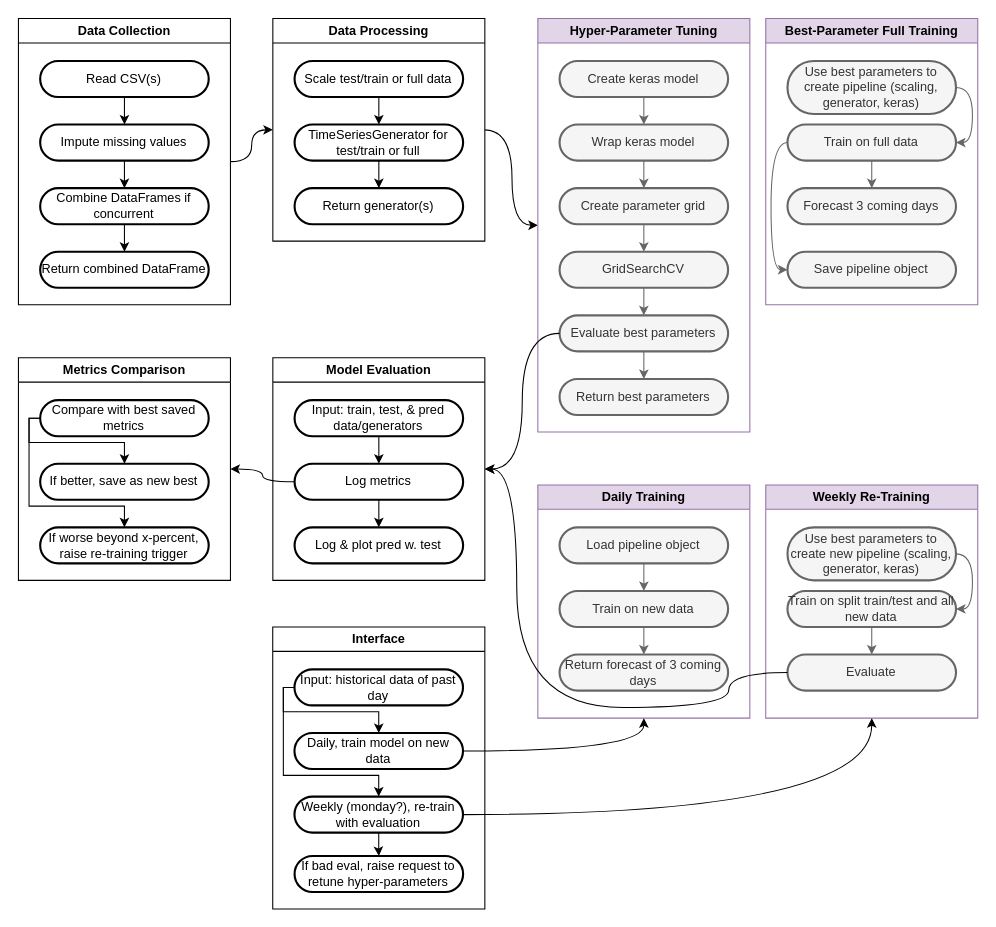
Earlier version of the draw.io diagram RNN Diagram.drawio (GabeLack/Machine-Learning-App). Source tidied: cells renumbered, new cells numbered last; positions are measured from the earlier drawing's top-left corner, leaving out a move shared by most shapes. Both pictures are drawn from the tidied source at 106%, with x=0, y=0 at pixel (18, 18).
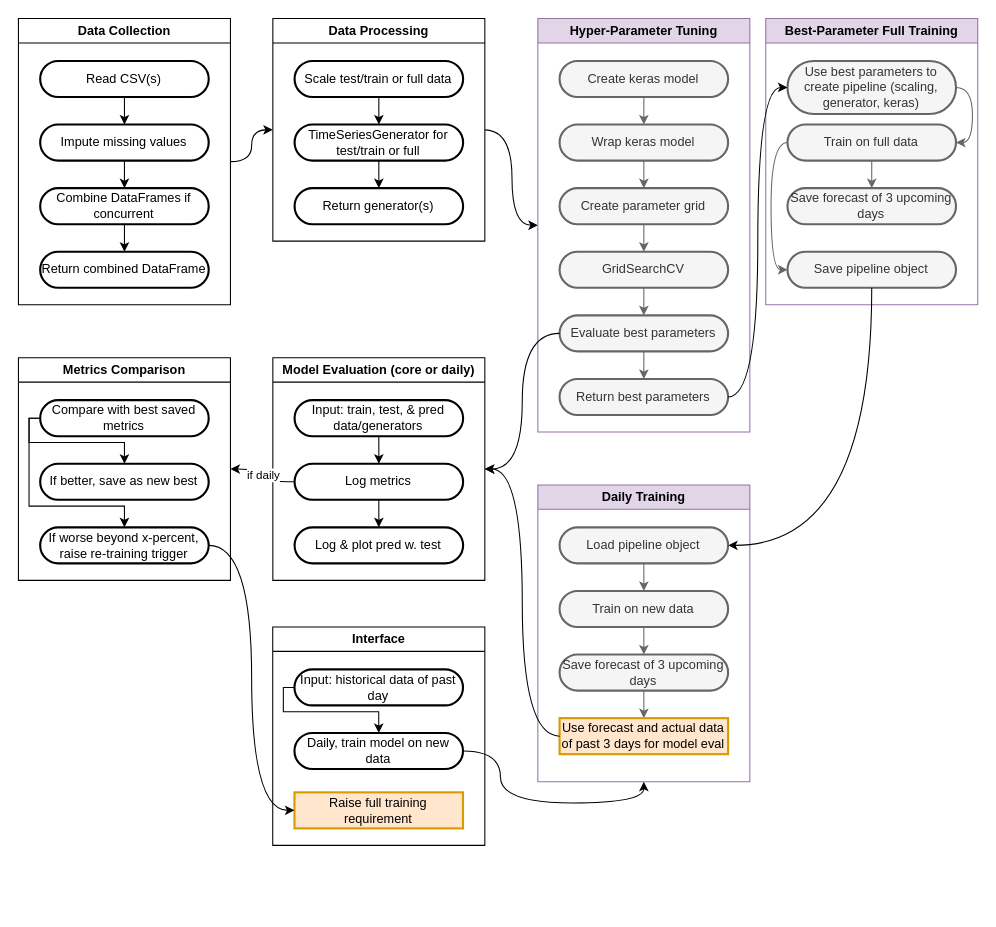
After the change.

Unchanged cells that the change refers to:
```xml
<mxCell id="38" value="Return best parameters" style="rounded=1;whiteSpace=wrap;arcSize=50;strokeWidth=2;fillColor=#f5f5f5;strokeColor=#666666;fontColor=#333333;" parent="24" vertex="1">
  <mxGeometry x="20.5" y="340" width="159" height="34" as="geometry" />
</mxCell>
<mxCell id="39" value="Best-Parameter Full Training" style="swimlane;whiteSpace=wrap;html=1;fillColor=#e1d5e7;strokeColor=#9673a6;" parent="1" vertex="1">
  <mxGeometry x="704.9" width="200" height="270" as="geometry" />
</mxCell>
<mxCell id="44" value="Use best parameters to create pipeline (scaling, generator, keras)" style="rounded=1;whiteSpace=wrap;arcSize=50;strokeWidth=2;fillColor=#f5f5f5;strokeColor=#666666;fontColor=#333333;" parent="39" vertex="1">
  <mxGeometry x="20.5" y="40" width="159" height="50" as="geometry" />
</mxCell>
<mxCell id="49" value="Save pipeline object" style="rounded=1;whiteSpace=wrap;arcSize=50;strokeWidth=2;fillColor=#f5f5f5;strokeColor=#666666;fontColor=#333333;" parent="39" vertex="1">
  <mxGeometry x="20.5" y="220" width="159" height="34" as="geometry" />
</mxCell>
<mxCell id="58" value="Load pipeline object" style="rounded=1;whiteSpace=wrap;arcSize=50;strokeWidth=2;fillColor=#f5f5f5;strokeColor=#666666;fontColor=#333333;" parent="50" vertex="1">
  <mxGeometry x="20.5" y="40" width="159" height="34" as="geometry" />
</mxCell>
<mxCell id="63" value="If worse beyond x-percent, raise re-training trigger" style="rounded=1;whiteSpace=wrap;arcSize=50;strokeWidth=2;" parent="59" vertex="1">
  <mxGeometry x="20.5" y="160" width="159" height="34" as="geometry" />
</mxCell>
<mxCell id="65" style="edgeStyle=orthogonalEdgeStyle;rounded=0;jettySize=auto;html=1;curved=1;" parent="1" edge="1" source="22" target="59">
  <mxGeometry relative="1" as="geometry" />
</mxCell>
<mxCell id="78" value="Input: historical data of past day" style="rounded=1;whiteSpace=wrap;arcSize=50;strokeWidth=2;" parent="75" vertex="1">
  <mxGeometry x="20.5" y="40" width="159" height="34" as="geometry" />
</mxCell>
```

Change to the diagram source:
```diff
@@
-    <mxCell id="18" value="Model Evaluation" style="swimlane;whiteSpace=wrap;html=1;" parent="1" vertex="1">
+    <mxCell id="18" value="Model Evaluation (core or daily)" style="swimlane;whiteSpace=wrap;html=1;" parent="1" vertex="1">
       <mxGeometry x="239.9" y="320" width="200" height="210" as="geometry" />
     </mxCell>
@@
-    <mxCell id="48" value="Forecast 3 coming days" style="rounded=1;whiteSpace=wrap;arcSize=50;strokeWidth=2;fillColor=#f5f5f5;strokeColor=#666666;fontColor=#333333;" parent="39" vertex="1">
+    <mxCell id="48" value="Save forecast of 3 upcoming days" style="rounded=1;whiteSpace=wrap;arcSize=50;strokeWidth=2;fillColor=#f5f5f5;strokeColor=#666666;fontColor=#333333;" parent="39" vertex="1">
       <mxGeometry x="20.5" y="160" width="159" height="34" as="geometry" />
     </mxCell>
@@
     <mxCell id="50" value="Daily Training" style="swimlane;whiteSpace=wrap;html=1;fillColor=#e1d5e7;strokeColor=#9673a6;" parent="1" vertex="1">
-      <mxGeometry x="489.9" y="440" width="200" height="220" as="geometry" />
+      <mxGeometry x="489.9" y="440" width="200" height="280" as="geometry" />
     </mxCell>
@@
+    <mxCell id="87" style="edgeStyle=orthogonalEdgeStyle;rounded=0;jettySize=auto;html=1;entryX=0.5;entryY=0;entryDx=0;entryDy=0;fillColor=#f5f5f5;strokeColor=#666666;" parent="50" edge="1" source="56" target="88">
+      <mxGeometry relative="1" as="geometry" />
+    </mxCell>
-    <mxCell id="56" value="Return forecast of 3 coming days" style="rounded=1;whiteSpace=wrap;arcSize=50;strokeWidth=2;fillColor=#f5f5f5;strokeColor=#666666;fontColor=#333333;" parent="50" vertex="1">
+    <mxCell id="56" value="Save forecast of 3 upcoming days" style="rounded=1;whiteSpace=wrap;arcSize=50;strokeWidth=2;fillColor=#f5f5f5;strokeColor=#666666;fontColor=#333333;" parent="50" vertex="1">
       <mxGeometry x="20.5" y="160" width="159" height="34" as="geometry" />
     </mxCell>
@@
+    <mxCell id="88" value="Use forecast and actual data of past 3 days for model eval" style="rounded=0;whiteSpace=wrap;arcSize=50;strokeWidth=2;fillColor=#ffe6cc;strokeColor=#d79b00;" parent="50" vertex="1">
+      <mxGeometry x="20.5" y="220" width="159" height="34" as="geometry" />
+    </mxCell>
@@
-    <mxCell id="66" value="Weekly Re-Training" style="swimlane;whiteSpace=wrap;html=1;fillColor=#e1d5e7;strokeColor=#9673a6;" parent="1" vertex="1">
-      <mxGeometry x="704.9" y="440" width="200" height="220" as="geometry" />
-    </mxCell>
-    <mxCell id="67" style="edgeStyle=orthogonalEdgeStyle;rounded=0;orthogonalLoop=1;jettySize=auto;html=1;entryX=0.5;entryY=0;entryDx=0;entryDy=0;" parent="66" edge="1">
-      <mxGeometry relative="1" as="geometry">
-        <mxPoint x="100" y="74" as="sourcePoint" />
-      </mxGeometry>
-    </mxCell>
-    <mxCell id="68" style="edgeStyle=orthogonalEdgeStyle;rounded=0;orthogonalLoop=1;jettySize=auto;html=1;entryX=0.5;entryY=0;entryDx=0;entryDy=0;" parent="66" edge="1">
-      <mxGeometry relative="1" as="geometry">
-        <mxPoint x="100" y="134" as="sourcePoint" />
-      </mxGeometry>
-    </mxCell>
-    <mxCell id="69" style="edgeStyle=orthogonalEdgeStyle;rounded=0;orthogonalLoop=1;jettySize=auto;html=1;entryX=0.5;entryY=0;entryDx=0;entryDy=0;" parent="66" edge="1">
-      <mxGeometry relative="1" as="geometry">
-        <mxPoint x="100" y="194" as="sourcePoint" />
-      </mxGeometry>
-    </mxCell>
-    <mxCell id="70" style="edgeStyle=orthogonalEdgeStyle;rounded=0;jettySize=auto;html=1;entryX=1;entryY=0.5;entryDx=0;entryDy=0;curved=1;exitX=1;exitY=0.5;exitDx=0;exitDy=0;fillColor=#f5f5f5;strokeColor=#666666;" parent="66" edge="1" source="71" target="73">
-      <mxGeometry relative="1" as="geometry">
-        <Array as="points">
-          <mxPoint x="195" y="65" />
-          <mxPoint x="195" y="117" />
-        </Array>
-      </mxGeometry>
-    </mxCell>
-    <mxCell id="71" value="Use best parameters to create new pipeline (scaling, generator, keras)" style="rounded=1;whiteSpace=wrap;arcSize=50;strokeWidth=2;fillColor=#f5f5f5;strokeColor=#666666;fontColor=#333333;" parent="66" vertex="1">
-      <mxGeometry x="20.5" y="40" width="159" height="50" as="geometry" />
-    </mxCell>
-    <mxCell id="72" style="edgeStyle=orthogonalEdgeStyle;rounded=0;jettySize=auto;html=1;fillColor=#f5f5f5;strokeColor=#666666;" parent="66" edge="1" source="73" target="74">
-      <mxGeometry relative="1" as="geometry" />
-    </mxCell>
-    <mxCell id="73" value="Train on split train/test and all new data" style="rounded=1;whiteSpace=wrap;arcSize=50;strokeWidth=2;fillColor=#f5f5f5;strokeColor=#666666;fontColor=#333333;" parent="66" vertex="1">
-      <mxGeometry x="20.5" y="100" width="159" height="34" as="geometry" />
-    </mxCell>
-    <mxCell id="74" value="Evaluate" style="rounded=1;whiteSpace=wrap;arcSize=50;strokeWidth=2;fillColor=#f5f5f5;strokeColor=#666666;fontColor=#333333;" parent="66" vertex="1">
-      <mxGeometry x="20.5" y="160" width="159" height="34" as="geometry" />
-    </mxCell>
+    <mxCell id="89" value="if daily" style="edgeLabel;html=1;align=center;verticalAlign=middle;" parent="65" vertex="1">
+      <mxGeometry x="0.01" relative="1" as="geometry" />
+    </mxCell>
     <mxCell id="75" value="Interface" style="swimlane;whiteSpace=wrap;html=1;" parent="1" vertex="1">
-      <mxGeometry x="239.8" y="574" width="200.1" height="266" as="geometry" />
+      <mxGeometry x="239.8" y="574" width="200.1" height="206" as="geometry" />
     </mxCell>
@@
-    <mxCell id="77" style="edgeStyle=orthogonalEdgeStyle;rounded=0;jettySize=auto;html=1;entryX=0.5;entryY=0;entryDx=0;entryDy=0;exitX=0;exitY=0.5;exitDx=0;exitDy=0;" parent="75" edge="1" source="78" target="81">
-      <mxGeometry relative="1" as="geometry">
-        <Array as="points">
-          <mxPoint x="10" y="57" />
-          <mxPoint x="10" y="140" />
-          <mxPoint x="100" y="140" />
-        </Array>
-      </mxGeometry>
-    </mxCell>
@@
-    <mxCell id="80" style="edgeStyle=orthogonalEdgeStyle;rounded=0;jettySize=auto;html=1;" parent="75" edge="1" source="81" target="82">
-      <mxGeometry relative="1" as="geometry" />
-    </mxCell>
-    <mxCell id="81" value="Weekly (monday?), re-train with evaluation" style="rounded=1;whiteSpace=wrap;arcSize=50;strokeWidth=2;" parent="75" vertex="1">
-      <mxGeometry x="20.5" y="160" width="159" height="34" as="geometry" />
-    </mxCell>
-    <mxCell id="82" value="If bad eval, raise request to retune hyper-parameters" style="rounded=1;whiteSpace=wrap;arcSize=50;strokeWidth=2;" parent="75" vertex="1">
-      <mxGeometry x="20.6" y="216" width="159" height="34" as="geometry" />
-    </mxCell>
+    <mxCell id="90" value="Raise full training requirement" style="rounded=0;whiteSpace=wrap;arcSize=50;strokeWidth=2;fillColor=#ffe6cc;strokeColor=#d79b00;" parent="75" vertex="1">
+      <mxGeometry x="20.5" y="156" width="159" height="34" as="geometry" />
+    </mxCell>
@@
-    <mxCell id="85" style="edgeStyle=orthogonalEdgeStyle;rounded=0;jettySize=auto;html=1;entryX=0.5;entryY=1;entryDx=0;entryDy=0;curved=1;" parent="1" edge="1" source="81" target="66">
-      <mxGeometry relative="1" as="geometry" />
-    </mxCell>
-    <mxCell id="86" style="edgeStyle=orthogonalEdgeStyle;rounded=0;jettySize=auto;html=1;entryX=1;entryY=0.5;entryDx=0;entryDy=0;curved=1;exitX=0;exitY=0.5;exitDx=0;exitDy=0;" parent="1" edge="1" source="74" target="18">
-      <mxGeometry relative="1" as="geometry">
-        <Array as="points">
-          <mxPoint x="670" y="617" />
-          <mxPoint x="670" y="650" />
-          <mxPoint x="470" y="650" />
-          <mxPoint x="470" y="425" />
-        </Array>
-      </mxGeometry>
-    </mxCell>
+    <mxCell id="91" style="edgeStyle=orthogonalEdgeStyle;rounded=0;jettySize=auto;html=1;entryX=1;entryY=0.5;entryDx=0;entryDy=0;curved=1;" parent="1" edge="1" source="88" target="18">
+      <mxGeometry relative="1" as="geometry" />
+    </mxCell>
+    <mxCell id="92" style="edgeStyle=orthogonalEdgeStyle;rounded=0;jettySize=auto;html=1;entryX=0;entryY=0.5;entryDx=0;entryDy=0;curved=1;" parent="1" edge="1" source="63" target="90">
+      <mxGeometry relative="1" as="geometry" />
+    </mxCell>
+    <mxCell id="93" style="edgeStyle=orthogonalEdgeStyle;rounded=0;jettySize=auto;html=1;entryX=1;entryY=0.5;entryDx=0;entryDy=0;curved=1;exitX=0.5;exitY=1;exitDx=0;exitDy=0;" parent="1" edge="1" source="49" target="58">
+      <mxGeometry relative="1" as="geometry" />
+    </mxCell>
+    <mxCell id="94" style="edgeStyle=orthogonalEdgeStyle;rounded=0;jettySize=auto;html=1;entryX=0;entryY=0.5;entryDx=0;entryDy=0;curved=1;" parent="1" edge="1" source="38" target="44">
+      <mxGeometry relative="1" as="geometry" />
+    </mxCell>
```
